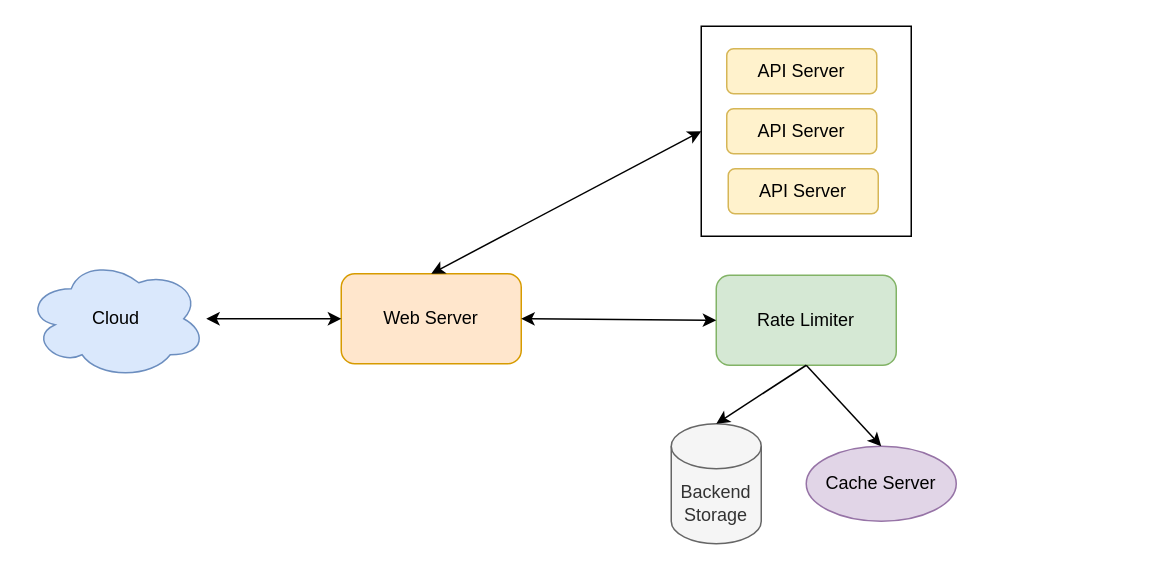
Earlier version of the draw.io diagram src/RateLimiterAPI/HLD - RateLimiter.drawio (Anshul619/HLD-System-Designs). Source tidied: cells renumbered, new cells numbered last; positions are measured from the earlier drawing's top-left corner, leaving out a move shared by most shapes. Both pictures are drawn from the tidied source at 150%, with x=0, y=0 at pixel (26, 26).
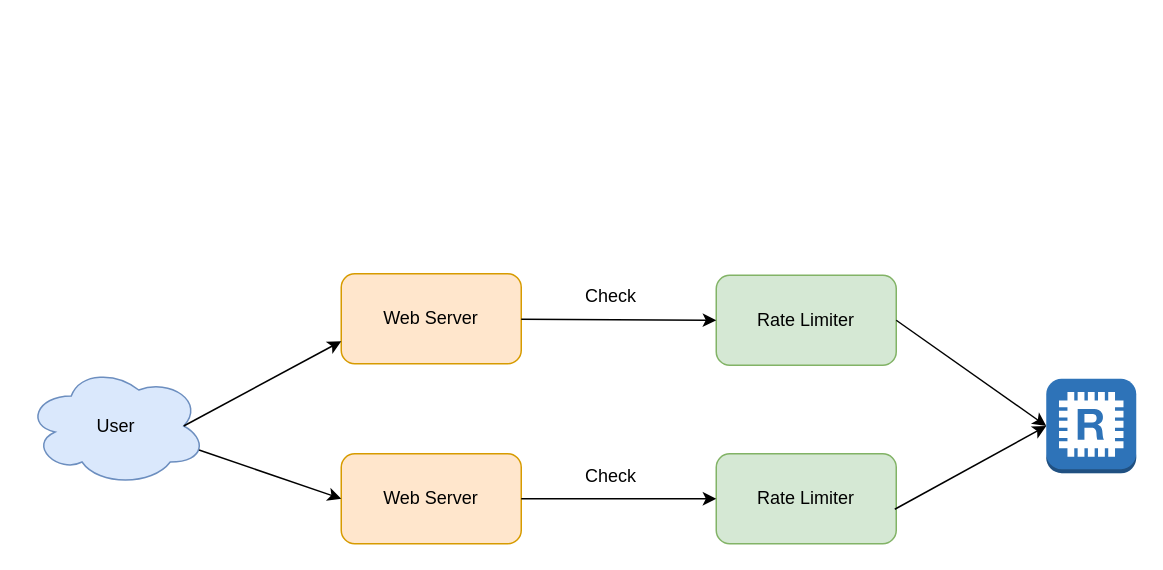
Above is the later version.

What changed in the source:
```diff
@@
 <mxGraphModel>
   <root>
     <mxCell id="0" />
     <mxCell id="1" parent="0" />
-    <mxCell id="2" style="whiteSpace=wrap;html=1;" parent="1" vertex="1">
-      <mxGeometry x="450" width="140" height="140" as="geometry" />
-    </mxCell>
-    <mxCell id="3" value="Cloud" style="ellipse;shape=cloud;whiteSpace=wrap;html=1;fillColor=#dae8fc;strokeColor=#6c8ebf;" parent="1" vertex="1">
-      <mxGeometry y="155" width="120" height="80" as="geometry" />
+    <mxCell id="3" value="User" style="ellipse;shape=cloud;whiteSpace=wrap;html=1;fillColor=#dae8fc;strokeColor=#6c8ebf;" parent="1" vertex="1">
+      <mxGeometry y="226.5" width="120" height="80" as="geometry" />
     </mxCell>
     <mxCell id="4" value="Web Server" style="rounded=1;whiteSpace=wrap;html=1;fillColor=#ffe6cc;strokeColor=#d79b00;" parent="1" vertex="1">
       <mxGeometry x="210" y="165" width="120" height="60" as="geometry" />
     </mxCell>
+    <mxCell id="6" value="Rate Limiter" style="rounded=1;whiteSpace=wrap;html=1;fillColor=#d5e8d4;strokeColor=#82b366;" parent="1" vertex="1">
+      <mxGeometry x="460" y="166" width="120" height="60" as="geometry" />
+    </mxCell>
+    <mxCell id="16" style="outlineConnect=0;dashed=0;verticalLabelPosition=bottom;verticalAlign=top;align=center;html=1;shape=mxgraph.aws3.redis;fillColor=#2E73B8;gradientColor=none;" parent="1" vertex="1">
+      <mxGeometry x="680" y="235" width="60" height="63" as="geometry" />
+    </mxCell>
+    <mxCell id="17" value="Web Server" style="rounded=1;whiteSpace=wrap;html=1;fillColor=#ffe6cc;strokeColor=#d79b00;" parent="1" vertex="1">
+      <mxGeometry x="210" y="285" width="120" height="60" as="geometry" />
+    </mxCell>
+    <mxCell id="18" value="Rate Limiter" style="rounded=1;whiteSpace=wrap;html=1;fillColor=#d5e8d4;strokeColor=#82b366;" parent="1" vertex="1">
+      <mxGeometry x="460" y="285" width="120" height="60" as="geometry" />
+    </mxCell>
-    <mxCell id="5" style="endArrow=classic;startArrow=classic;html=1;rounded=0;" parent="1" edge="1" source="3" target="4">
+    <mxCell id="5" style="endArrow=classic;html=1;rounded=0;exitX=0.875;exitY=0.5;exitDx=0;exitDy=0;exitPerimeter=0;entryX=0;entryY=0.75;entryDx=0;entryDy=0;" parent="1" edge="1" source="3" target="4">
       <mxGeometry relative="1" as="geometry" />
     </mxCell>
-    <mxCell id="6" value="Rate Limiter" style="rounded=1;whiteSpace=wrap;html=1;fillColor=#d5e8d4;strokeColor=#82b366;" parent="1" vertex="1">
-      <mxGeometry x="460" y="166" width="120" height="60" as="geometry" />
-    </mxCell>
+    <mxCell id="19" style="endArrow=classic;html=1;rounded=0;exitX=0.96;exitY=0.7;exitDx=0;exitDy=0;exitPerimeter=0;entryX=0;entryY=0.5;entryDx=0;entryDy=0;" parent="1" edge="1" source="3" target="17">
+      <mxGeometry relative="1" as="geometry" />
+    </mxCell>
+    <mxCell id="20" style="endArrow=classic;html=1;rounded=0;exitX=0.992;exitY=0.617;exitDx=0;exitDy=0;exitPerimeter=0;entryX=0;entryY=0.5;entryDx=0;entryDy=0;entryPerimeter=0;" parent="1" edge="1" source="18" target="16">
+      <mxGeometry relative="1" as="geometry" />
+    </mxCell>
+    <mxCell id="21" style="endArrow=classic;html=1;rounded=0;exitX=1;exitY=0.5;exitDx=0;exitDy=0;entryX=0;entryY=0.5;entryDx=0;entryDy=0;entryPerimeter=0;" parent="1" edge="1" source="6" target="16">
+      <mxGeometry relative="1" as="geometry" />
+    </mxCell>
-    <mxCell id="7" style="endArrow=classic;startArrow=classic;html=1;rounded=0;entryX=0;entryY=0.5;entryDx=0;entryDy=0;exitX=1;exitY=0.5;exitDx=0;exitDy=0;" parent="1" edge="1" source="4" target="6">
+    <mxCell id="7" style="endArrow=classic;html=1;rounded=0;entryX=0;entryY=0.5;entryDx=0;entryDy=0;" parent="1" edge="1" source="4" target="6">
       <mxGeometry relative="1" as="geometry" />
     </mxCell>
-    <mxCell id="8" value="API Server" style="rounded=1;whiteSpace=wrap;html=1;fillColor=#fff2cc;strokeColor=#d6b656;" parent="1" vertex="1">
-      <mxGeometry x="467" y="15" width="100" height="30" as="geometry" />
-    </mxCell>
-    <mxCell id="9" value="API Server" style="rounded=1;whiteSpace=wrap;html=1;fillColor=#fff2cc;strokeColor=#d6b656;" parent="1" vertex="1">
-      <mxGeometry x="467" y="55" width="100" height="30" as="geometry" />
-    </mxCell>
-    <mxCell id="10" value="API Server" style="rounded=1;whiteSpace=wrap;html=1;fillColor=#fff2cc;strokeColor=#d6b656;" parent="1" vertex="1">
-      <mxGeometry x="468" y="95" width="100" height="30" as="geometry" />
-    </mxCell>
-    <mxCell id="11" style="endArrow=classic;startArrow=classic;html=1;rounded=0;entryX=0;entryY=0.5;entryDx=0;entryDy=0;exitX=0.5;exitY=0;exitDx=0;exitDy=0;" parent="1" edge="1" source="4" target="2">
-      <mxGeometry relative="1" as="geometry" />
-    </mxCell>
-    <mxCell id="12" value="Backend Storage" style="shape=cylinder3;whiteSpace=wrap;html=1;boundedLbl=1;backgroundOutline=1;size=15;fillColor=#f5f5f5;fontColor=#333333;strokeColor=#666666;" parent="1" vertex="1">
-      <mxGeometry x="430" y="265" width="60" height="80" as="geometry" />
-    </mxCell>
-    <mxCell id="13" value="Cache Server" style="ellipse;whiteSpace=wrap;html=1;fillColor=#e1d5e7;strokeColor=#9673a6;" parent="1" vertex="1">
-      <mxGeometry x="520" y="280" width="100" height="50" as="geometry" />
-    </mxCell>
-    <mxCell id="14" style="endArrow=classic;html=1;rounded=0;exitX=0.5;exitY=1;exitDx=0;exitDy=0;entryX=0.5;entryY=0;entryDx=0;entryDy=0;entryPerimeter=0;" parent="1" edge="1" source="6" target="12">
-      <mxGeometry relative="1" as="geometry" />
-    </mxCell>
-    <mxCell id="15" style="endArrow=classic;html=1;rounded=0;exitX=0.5;exitY=1;exitDx=0;exitDy=0;entryX=0.5;entryY=0;entryDx=0;entryDy=0;" parent="1" edge="1" source="6" target="13">
-      <mxGeometry relative="1" as="geometry" />
-    </mxCell>
+    <mxCell id="22" style="endArrow=classic;html=1;rounded=0;exitX=1;exitY=0.5;exitDx=0;exitDy=0;entryX=0;entryY=0.5;entryDx=0;entryDy=0;" parent="1" edge="1" source="17" target="18">
+      <mxGeometry relative="1" as="geometry" />
+    </mxCell>
+    <mxCell id="23" value="Check" style="text;html=1;strokeColor=none;fillColor=none;align=center;verticalAlign=middle;whiteSpace=wrap;rounded=0;" parent="1" vertex="1">
+      <mxGeometry x="360" y="165" width="60" height="30" as="geometry" />
+    </mxCell>
+    <mxCell id="24" value="Check" style="text;html=1;strokeColor=none;fillColor=none;align=center;verticalAlign=middle;whiteSpace=wrap;rounded=0;" parent="1" vertex="1">
+      <mxGeometry x="360" y="285" width="60" height="30" as="geometry" />
+    </mxCell>
   </root>
 </mxGraphModel>
```
